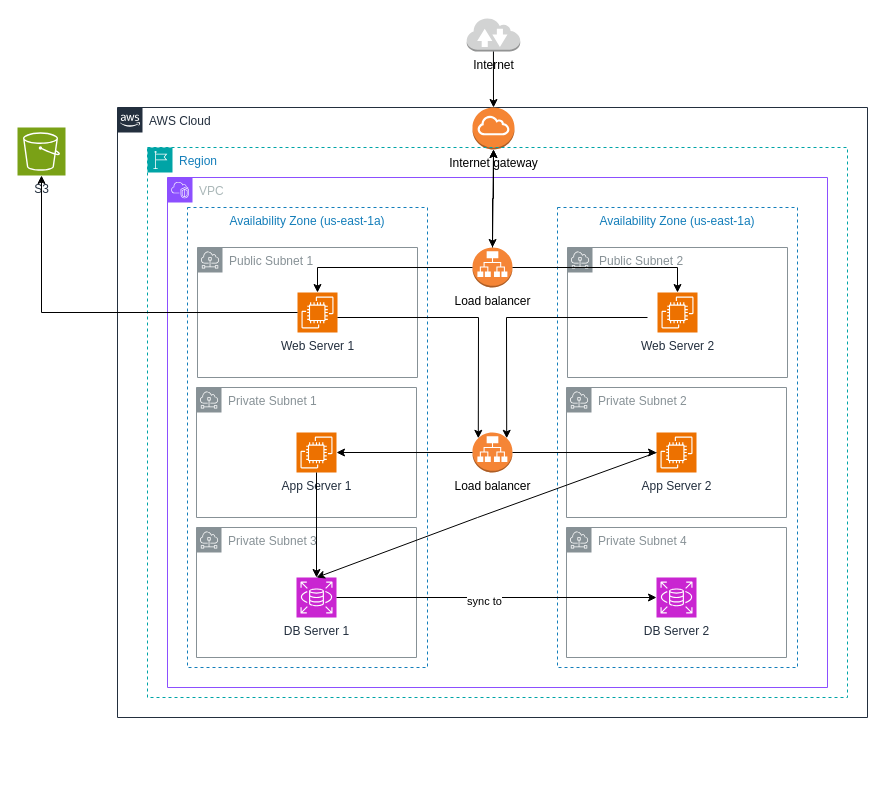
Above: page "system architeture" (3 of 3) of uml/Untitled Diagram.drawio in timlau999/ForTest (draw.io), before the change. Source tidied: cells renumbered, new cells numbered last; positions are measured from the earlier drawing's top-left corner, leaving out a move shared by most shapes. Both pictures are drawn from the tidied source at 100%, with x=0, y=0 at pixel (17, 17).
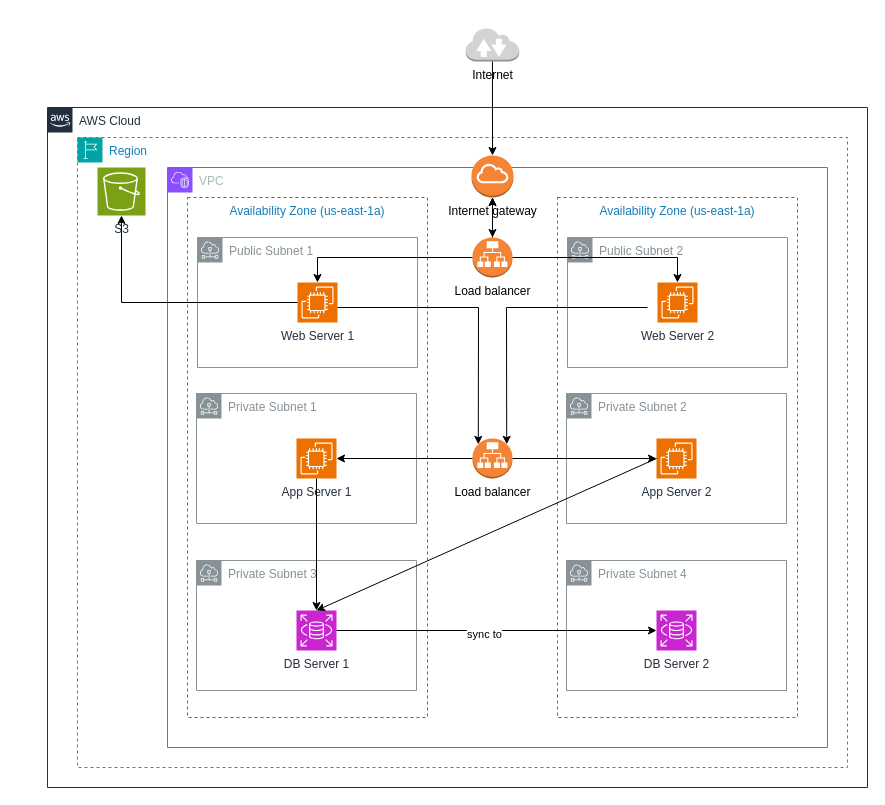
The same page after the edit.

Commit message:
Update system architeture

The change refers to these unchanged cells:
```xml
<mxCell id="10" value="Web Server 1" style="sketch=0;points=[[0,0,0],[0.25,0,0],[0.5,0,0],[0.75,0,0],[1,0,0],[0,1,0],[0.25,1,0],[0.5,1,0],[0.75,1,0],[1,1,0],[0,0.25,0],[0,0.5,0],[0,0.75,0],[1,0.25,0],[1,0.5,0],[1,0.75,0]];outlineConnect=0;fontColor=#232F3E;fillColor=#ED7100;strokeColor=#ffffff;dashed=0;verticalLabelPosition=bottom;verticalAlign=top;align=center;html=1;fontSize=12;fontStyle=0;shape=mxgraph.aws4.resourceIcon;resIcon=mxgraph.aws4.ec2;" parent="5" vertex="1">
  <mxGeometry x="130" y="115" width="40" height="40" as="geometry" />
</mxCell>
<mxCell id="12" value="Load balancer" style="outlineConnect=0;dashed=0;verticalLabelPosition=bottom;verticalAlign=top;align=center;html=1;shape=mxgraph.aws3.application_load_balancer;fillColor=#F58536;gradientColor=none;" parent="5" vertex="1">
  <mxGeometry x="305" y="70" width="40" height="40" as="geometry" />
</mxCell>
```

Diff of the diagram source:
```diff
@@
     <mxCell id="2" value="AWS Cloud" style="gradientColor=none;html=1;whiteSpace=wrap;fontSize=12;fontStyle=0;shape=mxgraph.aws4.group;grIcon=mxgraph.aws4.group_aws_cloud_alt;strokeColor=#232F3E;fillColor=none;verticalAlign=top;align=left;spacingLeft=30;fontColor=#232F3E;dashed=0;" parent="1" vertex="1">
-      <mxGeometry x="100" y="90" width="750" height="610" as="geometry" />
+      <mxGeometry x="30" y="90" width="820" height="680" as="geometry" />
     </mxCell>
-    <mxCell id="3" value="Internet gateway" style="outlineConnect=0;dashed=0;verticalLabelPosition=bottom;verticalAlign=top;align=center;html=1;shape=mxgraph.aws3.internet_gateway;fillColor=#F58534;gradientColor=none;" parent="2" vertex="1">
-      <mxGeometry x="355" width="42" height="42" as="geometry" />
-    </mxCell>
     <mxCell id="4" value="Region" style="gradientColor=none;html=1;whiteSpace=wrap;fontSize=12;fontStyle=0;shape=mxgraph.aws4.group;grIcon=mxgraph.aws4.group_region;strokeColor=#00A4A6;fillColor=none;verticalAlign=top;align=left;spacingLeft=30;fontColor=#147EBA;dashed=1;" parent="1" vertex="1">
-      <mxGeometry x="130" y="130" width="700" height="550" as="geometry" />
+      <mxGeometry x="60" y="120" width="770" height="630" as="geometry" />
     </mxCell>
     <mxCell id="5" value="VPC" style="gradientColor=none;html=1;whiteSpace=wrap;fontSize=12;fontStyle=0;shape=mxgraph.aws4.group;grIcon=mxgraph.aws4.group_vpc2;strokeColor=#8C4FFF;fillColor=none;verticalAlign=top;align=left;spacingLeft=30;fontColor=#AAB7B8;dashed=0;" parent="4" vertex="1">
-      <mxGeometry x="20" y="30" width="660" height="510" as="geometry" />
+      <mxGeometry x="90" y="30" width="660" height="580" as="geometry" />
     </mxCell>
     <mxCell id="6" value="Availability Zone (us-east-1a)" style="fillColor=none;strokeColor=#147EBA;dashed=1;verticalAlign=top;fontStyle=0;fontColor=#147EBA;whiteSpace=wrap;html=1;" parent="5" vertex="1">
-      <mxGeometry x="20" y="30" width="240" height="460" as="geometry" />
+      <mxGeometry x="20" y="30" width="240" height="520" as="geometry" />
     </mxCell>
     <mxCell id="7" value="Availability Zone&amp;nbsp;(us-east-1a)" style="fillColor=none;strokeColor=#147EBA;dashed=1;verticalAlign=top;fontStyle=0;fontColor=#147EBA;whiteSpace=wrap;html=1;" parent="5" vertex="1">
-      <mxGeometry x="390" y="30" width="240" height="460" as="geometry" />
+      <mxGeometry x="390" y="30" width="240" height="520" as="geometry" />
     </mxCell>
@@
     <mxCell id="15" value="Private Subnet 1" style="sketch=0;gradientColor=none;html=1;whiteSpace=wrap;fontSize=12;fontStyle=0;shape=mxgraph.aws4.group;grIcon=mxgraph.aws4.group_subnet;strokeColor=#879196;fillColor=none;verticalAlign=top;align=left;spacingLeft=30;fontColor=#879196;dashed=0;" parent="5" vertex="1">
-      <mxGeometry x="29" y="210" width="220" height="130" as="geometry" />
+      <mxGeometry x="29" y="226" width="220" height="130" as="geometry" />
     </mxCell>
     <mxCell id="16" value="Private Subnet 2" style="sketch=0;gradientColor=none;html=1;whiteSpace=wrap;fontSize=12;fontStyle=0;shape=mxgraph.aws4.group;grIcon=mxgraph.aws4.group_subnet;strokeColor=#879196;fillColor=none;verticalAlign=top;align=left;spacingLeft=30;fontColor=#879196;dashed=0;" parent="5" vertex="1">
-      <mxGeometry x="399" y="210" width="220" height="130" as="geometry" />
+      <mxGeometry x="399" y="226" width="220" height="130" as="geometry" />
     </mxCell>
     <mxCell id="17" value="App Server 1" style="sketch=0;points=[[0,0,0],[0.25,0,0],[0.5,0,0],[0.75,0,0],[1,0,0],[0,1,0],[0.25,1,0],[0.5,1,0],[0.75,1,0],[1,1,0],[0,0.25,0],[0,0.5,0],[0,0.75,0],[1,0.25,0],[1,0.5,0],[1,0.75,0]];outlineConnect=0;fontColor=#232F3E;fillColor=#ED7100;strokeColor=#ffffff;dashed=0;verticalLabelPosition=bottom;verticalAlign=top;align=center;html=1;fontSize=12;fontStyle=0;shape=mxgraph.aws4.resourceIcon;resIcon=mxgraph.aws4.ec2;" parent="5" vertex="1">
-      <mxGeometry x="129" y="255" width="40" height="40" as="geometry" />
+      <mxGeometry x="129" y="271" width="40" height="40" as="geometry" />
     </mxCell>
     <mxCell id="18" value="App Server 2" style="sketch=0;points=[[0,0,0],[0.25,0,0],[0.5,0,0],[0.75,0,0],[1,0,0],[0,1,0],[0.25,1,0],[0.5,1,0],[0.75,1,0],[1,1,0],[0,0.25,0],[0,0.5,0],[0,0.75,0],[1,0.25,0],[1,0.5,0],[1,0.75,0]];outlineConnect=0;fontColor=#232F3E;fillColor=#ED7100;strokeColor=#ffffff;dashed=0;verticalLabelPosition=bottom;verticalAlign=top;align=center;html=1;fontSize=12;fontStyle=0;shape=mxgraph.aws4.resourceIcon;resIcon=mxgraph.aws4.ec2;" parent="5" vertex="1">
-      <mxGeometry x="489" y="255" width="40" height="40" as="geometry" />
+      <mxGeometry x="489" y="271" width="40" height="40" as="geometry" />
     </mxCell>
     <mxCell id="19" value="Load balancer" style="outlineConnect=0;dashed=0;verticalLabelPosition=bottom;verticalAlign=top;align=center;html=1;shape=mxgraph.aws3.application_load_balancer;fillColor=#F58536;gradientColor=none;" parent="5" vertex="1">
-      <mxGeometry x="305" y="255" width="40" height="40" as="geometry" />
+      <mxGeometry x="305" y="271" width="40" height="40" as="geometry" />
     </mxCell>
@@
     <mxCell id="24" value="Private Subnet 3" style="sketch=0;gradientColor=none;html=1;whiteSpace=wrap;fontSize=12;fontStyle=0;shape=mxgraph.aws4.group;grIcon=mxgraph.aws4.group_subnet;strokeColor=#879196;fillColor=none;verticalAlign=top;align=left;spacingLeft=30;fontColor=#879196;dashed=0;" parent="5" vertex="1">
-      <mxGeometry x="29" y="350" width="220" height="130" as="geometry" />
+      <mxGeometry x="29" y="393" width="220" height="130" as="geometry" />
     </mxCell>
     <mxCell id="25" value="Private Subnet 4" style="sketch=0;gradientColor=none;html=1;whiteSpace=wrap;fontSize=12;fontStyle=0;shape=mxgraph.aws4.group;grIcon=mxgraph.aws4.group_subnet;strokeColor=#879196;fillColor=none;verticalAlign=top;align=left;spacingLeft=30;fontColor=#879196;dashed=0;" parent="5" vertex="1">
-      <mxGeometry x="399" y="350" width="220" height="130" as="geometry" />
+      <mxGeometry x="399" y="393" width="220" height="130" as="geometry" />
     </mxCell>
     <mxCell id="26" value="DB Server 1" style="sketch=0;points=[[0,0,0],[0.25,0,0],[0.5,0,0],[0.75,0,0],[1,0,0],[0,1,0],[0.25,1,0],[0.5,1,0],[0.75,1,0],[1,1,0],[0,0.25,0],[0,0.5,0],[0,0.75,0],[1,0.25,0],[1,0.5,0],[1,0.75,0]];outlineConnect=0;fontColor=#232F3E;fillColor=#C925D1;strokeColor=#ffffff;dashed=0;verticalLabelPosition=bottom;verticalAlign=top;align=center;html=1;fontSize=12;fontStyle=0;shape=mxgraph.aws4.resourceIcon;resIcon=mxgraph.aws4.rds;" parent="5" vertex="1">
-      <mxGeometry x="129" y="400" width="40" height="40" as="geometry" />
+      <mxGeometry x="129" y="443" width="40" height="40" as="geometry" />
     </mxCell>
     <mxCell id="27" value="DB Server 2" style="sketch=0;points=[[0,0,0],[0.25,0,0],[0.5,0,0],[0.75,0,0],[1,0,0],[0,1,0],[0.25,1,0],[0.5,1,0],[0.75,1,0],[1,1,0],[0,0.25,0],[0,0.5,0],[0,0.75,0],[1,0.25,0],[1,0.5,0],[1,0.75,0]];outlineConnect=0;fontColor=#232F3E;fillColor=#C925D1;strokeColor=#ffffff;dashed=0;verticalLabelPosition=bottom;verticalAlign=top;align=center;html=1;fontSize=12;fontStyle=0;shape=mxgraph.aws4.resourceIcon;resIcon=mxgraph.aws4.rds;" parent="5" vertex="1">
-      <mxGeometry x="489" y="400" width="40" height="40" as="geometry" />
+      <mxGeometry x="489" y="443" width="40" height="40" as="geometry" />
     </mxCell>
@@
     <mxCell id="31" style="endArrow=classic;html=1;rounded=0;exitX=0;exitY=0.5;exitDx=0;exitDy=0;exitPerimeter=0;entryX=0.5;entryY=0;entryDx=0;entryDy=0;entryPerimeter=0;" parent="5" edge="1" source="18" target="26">
-      <mxGeometry relative="1" as="geometry">
-        <Array as="points">
-          <mxPoint x="310" y="340" />
-        </Array>
-      </mxGeometry>
+      <mxGeometry relative="1" as="geometry" />
     </mxCell>
+    <mxCell id="3" value="Internet gateway" style="outlineConnect=0;dashed=0;verticalLabelPosition=bottom;verticalAlign=top;align=center;html=1;shape=mxgraph.aws3.internet_gateway;fillColor=#F58534;gradientColor=none;" parent="5" vertex="1">
+      <mxGeometry x="304" y="-12" width="42" height="42" as="geometry" />
+    </mxCell>
+    <mxCell id="34" style="endArrow=classic;startArrow=classic;html=1;rounded=0;exitX=0.5;exitY=0;exitDx=0;exitDy=0;exitPerimeter=0;entryX=0.5;entryY=1;entryDx=0;entryDy=0;entryPerimeter=0;" parent="5" edge="1" source="12" target="3">
+      <mxGeometry relative="1" as="geometry" />
+    </mxCell>
+    <mxCell id="37" style="edgeStyle=orthogonalEdgeStyle;rounded=0;jettySize=auto;html=1;" parent="5" edge="1" source="12" target="3">
+      <mxGeometry relative="1" as="geometry" />
+    </mxCell>
-    <mxCell id="32" value="S3" style="sketch=0;points=[[0,0,0],[0.25,0,0],[0.5,0,0],[0.75,0,0],[1,0,0],[0,1,0],[0.25,1,0],[0.5,1,0],[0.75,1,0],[1,1,0],[0,0.25,0],[0,0.5,0],[0,0.75,0],[1,0.25,0],[1,0.5,0],[1,0.75,0]];outlineConnect=0;fontColor=#232F3E;fillColor=#7AA116;strokeColor=#ffffff;dashed=0;verticalLabelPosition=bottom;verticalAlign=top;align=center;html=1;fontSize=12;fontStyle=0;shape=mxgraph.aws4.resourceIcon;resIcon=mxgraph.aws4.s3;" parent="1" vertex="1">
-      <mxGeometry y="110" width="48" height="48" as="geometry" />
+    <mxCell id="32" value="S3" style="sketch=0;points=[[0,0,0],[0.25,0,0],[0.5,0,0],[0.75,0,0],[1,0,0],[0,1,0],[0.25,1,0],[0.5,1,0],[0.75,1,0],[1,1,0],[0,0.25,0],[0,0.5,0],[0,0.75,0],[1,0.25,0],[1,0.5,0],[1,0.75,0]];outlineConnect=0;fontColor=#232F3E;fillColor=#7AA116;strokeColor=#ffffff;dashed=0;verticalLabelPosition=bottom;verticalAlign=top;align=center;html=1;fontSize=12;fontStyle=0;shape=mxgraph.aws4.resourceIcon;resIcon=mxgraph.aws4.s3;" parent="4" vertex="1">
+      <mxGeometry x="20" y="30" width="48" height="48" as="geometry" />
     </mxCell>
-    <mxCell id="33" style="endArrow=classic;html=1;rounded=0;entryX=0.5;entryY=1;entryDx=0;entryDy=0;entryPerimeter=0;exitX=0;exitY=0.5;exitDx=0;exitDy=0;exitPerimeter=0;" parent="1" edge="1" source="10" target="32">
+    <mxCell id="33" style="endArrow=classic;html=1;rounded=0;entryX=0.5;entryY=1;entryDx=0;entryDy=0;entryPerimeter=0;exitX=0;exitY=0.5;exitDx=0;exitDy=0;exitPerimeter=0;" parent="4" edge="1" source="10" target="32">
       <mxGeometry relative="1" as="geometry">
         <Array as="points">
-          <mxPoint x="24" y="295" />
+          <mxPoint x="44" y="165" />
         </Array>
       </mxGeometry>
     </mxCell>
-    <mxCell id="34" style="endArrow=classic;startArrow=classic;html=1;rounded=0;exitX=0.5;exitY=0;exitDx=0;exitDy=0;exitPerimeter=0;entryX=0.5;entryY=1;entryDx=0;entryDy=0;entryPerimeter=0;" parent="1" edge="1" source="12" target="3">
-      <mxGeometry relative="1" as="geometry" />
-    </mxCell>
     <mxCell id="35" value="Internet" style="outlineConnect=0;dashed=0;verticalLabelPosition=bottom;verticalAlign=top;align=center;html=1;shape=mxgraph.aws3.internet_2;fillColor=#D2D3D3;gradientColor=none;" parent="1" vertex="1">
-      <mxGeometry x="449.2" width="53.5" height="34" as="geometry" />
+      <mxGeometry x="448.2" y="10" width="53.5" height="34" as="geometry" />
     </mxCell>
@@
-    <mxCell id="37" style="edgeStyle=orthogonalEdgeStyle;rounded=0;jettySize=auto;html=1;" parent="1" edge="1" source="12" target="3">
-      <mxGeometry relative="1" as="geometry" />
-    </mxCell>
```
